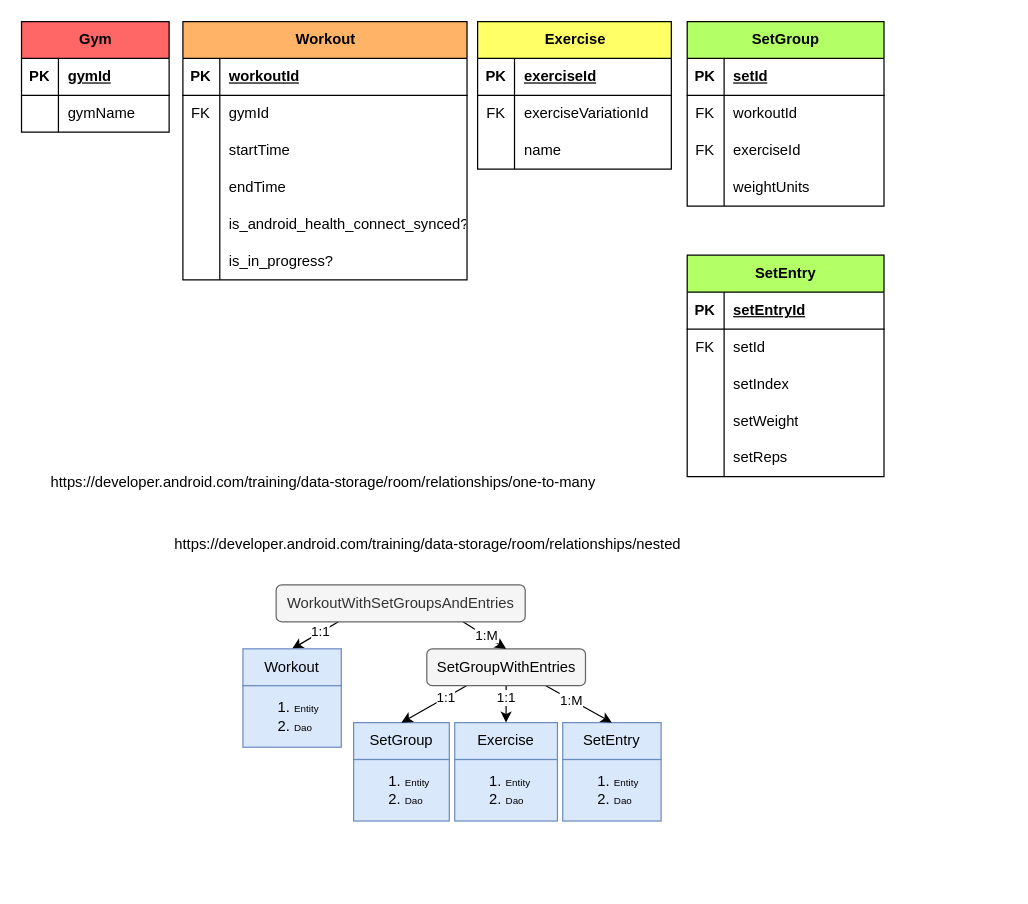
This is docs/data_structure.drawio from H-unter/Fitness-Application, a draw.io file, before an edit. Source tidied: cells renumbered, new cells numbered last; positions are measured from the earlier drawing's top-left corner, leaving out a move shared by most shapes. Both pictures are drawn from the tidied source at 123%, with x=0, y=0 at pixel (21, 21).
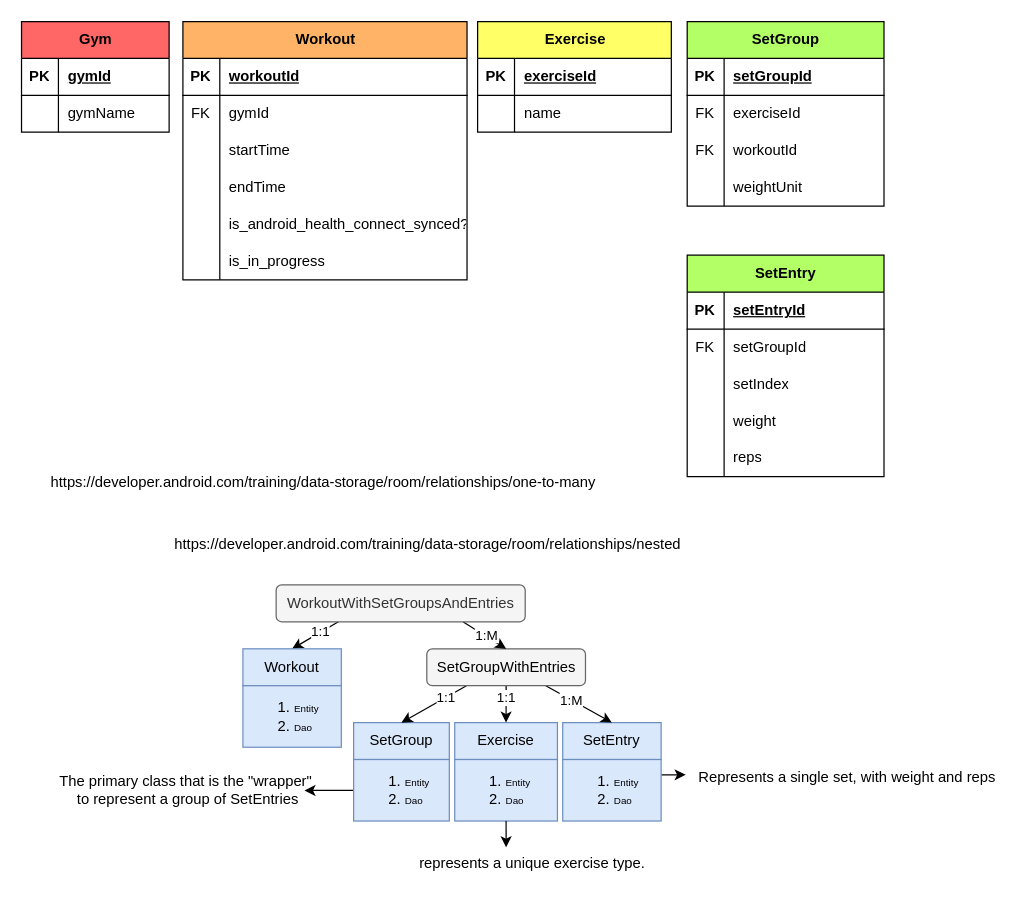
After the change.

Commit message (it also covers changes not shown here):
Improve UI plans in documentation

Unchanged cells that the change refers to:
```xml
<mxCell id="25" style="shape=tableRow;horizontal=0;startSize=0;swimlaneHead=0;swimlaneBody=0;fillColor=none;top=0;left=0;right=0;bottom=0;" parent="9" vertex="1">
  <mxGeometry y="180" width="231" height="30" as="geometry" />
</mxCell>
<mxCell id="32" style="shape=tableRow;horizontal=0;startSize=0;swimlaneHead=0;swimlaneBody=0;fillColor=none;top=0;left=0;right=0;bottom=0;" parent="28" vertex="1">
  <mxGeometry y="60" width="157.5" height="30" as="geometry" />
</mxCell>
<mxCell id="39" style="shape=tableRow;horizontal=0;startSize=0;swimlaneHead=0;swimlaneBody=0;fillColor=none;top=0;left=0;right=0;bottom=1;" parent="38" vertex="1">
  <mxGeometry y="30" width="160" height="30" as="geometry" />
</mxCell>
<mxCell id="42" style="shape=tableRow;horizontal=0;startSize=0;swimlaneHead=0;swimlaneBody=0;fillColor=none;top=0;left=0;right=0;bottom=0;" parent="38" vertex="1">
  <mxGeometry y="60" width="160" height="30" as="geometry" />
</mxCell>
<mxCell id="45" style="shape=tableRow;horizontal=0;startSize=0;swimlaneHead=0;swimlaneBody=0;fillColor=none;top=0;left=0;right=0;bottom=0;" parent="38" vertex="1">
  <mxGeometry y="90" width="160" height="30" as="geometry" />
</mxCell>
<mxCell id="48" style="shape=tableRow;horizontal=0;startSize=0;swimlaneHead=0;swimlaneBody=0;fillColor=none;top=0;left=0;right=0;bottom=0;" parent="38" vertex="1">
  <mxGeometry y="120" width="160" height="30" as="geometry" />
</mxCell>
<mxCell id="55" style="shape=tableRow;horizontal=0;startSize=0;swimlaneHead=0;swimlaneBody=0;fillColor=none;top=0;left=0;right=0;bottom=0;" parent="51" vertex="1">
  <mxGeometry y="60" width="160" height="30" as="geometry" />
</mxCell>
<mxCell id="61" style="shape=tableRow;horizontal=0;startSize=0;swimlaneHead=0;swimlaneBody=0;fillColor=none;top=0;left=0;right=0;bottom=0;" parent="51" vertex="1">
  <mxGeometry y="120" width="160" height="30" as="geometry" />
</mxCell>
<mxCell id="64" style="shape=tableRow;horizontal=0;startSize=0;swimlaneHead=0;swimlaneBody=0;fillColor=none;top=0;left=0;right=0;bottom=0;" parent="51" vertex="1">
  <mxGeometry y="150" width="160" height="30" as="geometry" />
</mxCell>
<mxCell id="86" value="&lt;ol&gt;&lt;li&gt;&lt;span style=&quot;background-color: transparent; font-size: 8px; text-wrap-mode: nowrap;&quot;&gt;Entity&lt;/span&gt;&lt;/li&gt;&lt;li&gt;&lt;span style=&quot;background-color: transparent; font-size: 8px; text-wrap-mode: nowrap;&quot;&gt;Dao&lt;/span&gt;&lt;/li&gt;&lt;/ol&gt;" style="whiteSpace=wrap;html=1;fillColor=#dae8fc;strokeColor=#6c8ebf;align=left;" parent="1" vertex="1">
  <mxGeometry x="270" y="600" width="77.8" height="50" as="geometry" />
</mxCell>
<mxCell id="87" value="&lt;ol&gt;&lt;li&gt;&lt;span style=&quot;background-color: transparent; font-size: 8px; text-wrap-mode: nowrap;&quot;&gt;Entity&lt;/span&gt;&lt;/li&gt;&lt;li&gt;&lt;span style=&quot;background-color: transparent; font-size: 8px; text-wrap-mode: nowrap;&quot;&gt;Dao&lt;/span&gt;&lt;/li&gt;&lt;/ol&gt;" style="whiteSpace=wrap;html=1;fillColor=#dae8fc;strokeColor=#6c8ebf;align=left;" parent="1" vertex="1">
  <mxGeometry x="352.2" y="600" width="83.5" height="50" as="geometry" />
</mxCell>
<mxCell id="88" value="&lt;ol&gt;&lt;li&gt;&lt;span style=&quot;background-color: transparent; font-size: 8px; text-wrap-mode: nowrap;&quot;&gt;Entity&lt;/span&gt;&lt;/li&gt;&lt;li&gt;&lt;span style=&quot;background-color: transparent; font-size: 8px; text-wrap-mode: nowrap;&quot;&gt;Dao&lt;/span&gt;&lt;/li&gt;&lt;/ol&gt;" style="whiteSpace=wrap;html=1;fillColor=#dae8fc;strokeColor=#6c8ebf;align=left;" parent="1" vertex="1">
  <mxGeometry x="440" y="600" width="80" height="50" as="geometry" />
</mxCell>
```

Change to the diagram source:
```diff
@@
-    <mxCell id="27" value="is_in_progress?" style="shape=partialRectangle;fillColor=none;top=0;left=0;bottom=0;right=0;align=left;spacingLeft=6;overflow=hidden;whiteSpace=wrap;html=1;" parent="25" vertex="1">
+    <mxCell id="27" value="is_in_progress" style="shape=partialRectangle;fillColor=none;top=0;left=0;bottom=0;right=0;align=left;spacingLeft=6;overflow=hidden;whiteSpace=wrap;html=1;" parent="25" vertex="1">
       <mxGeometry x="30" width="201" height="30" as="geometry" />
     </mxCell>
     <mxCell id="28" value="Exercise" style="shape=table;startSize=30;childLayout=tableLayout;rowLines=0;fontStyle=1;align=center;html=1;fillColor=#FFFF66;" parent="1" vertex="1">
-      <mxGeometry x="370.8" width="157.5" height="120" as="geometry" />
+      <mxGeometry x="370.8" width="157.5" height="90" as="geometry" />
     </mxCell>
@@
-    <mxCell id="33" value="FK" style="shape=partialRectangle;fillColor=none;top=0;left=0;bottom=0;right=0;overflow=hidden;whiteSpace=wrap;html=1;" parent="32" vertex="1">
+    <mxCell id="33" style="shape=partialRectangle;fillColor=none;top=0;left=0;bottom=0;right=0;overflow=hidden;whiteSpace=wrap;html=1;" parent="32" vertex="1">
       <mxGeometry width="30" height="30" as="geometry" />
     </mxCell>
-    <mxCell id="34" value="exerciseVariationId" style="shape=partialRectangle;fillColor=none;top=0;left=0;bottom=0;right=0;align=left;spacingLeft=6;overflow=hidden;whiteSpace=wrap;html=1;" parent="32" vertex="1">
+    <mxCell id="34" value="name" style="shape=partialRectangle;fillColor=none;top=0;left=0;bottom=0;right=0;align=left;spacingLeft=6;overflow=hidden;whiteSpace=wrap;html=1;" parent="32" vertex="1">
       <mxGeometry x="30" width="127.5" height="30" as="geometry" />
     </mxCell>
-    <mxCell id="35" style="shape=tableRow;horizontal=0;startSize=0;swimlaneHead=0;swimlaneBody=0;fillColor=none;top=0;left=0;right=0;bottom=0;" parent="28" vertex="1">
-      <mxGeometry y="90" width="157.5" height="30" as="geometry" />
-    </mxCell>
-    <mxCell id="36" style="shape=partialRectangle;fillColor=none;top=0;left=0;bottom=0;right=0;overflow=hidden;whiteSpace=wrap;html=1;" parent="35" vertex="1">
-      <mxGeometry width="30" height="30" as="geometry" />
-    </mxCell>
-    <mxCell id="37" value="name" style="shape=partialRectangle;fillColor=none;top=0;left=0;bottom=0;right=0;align=left;spacingLeft=6;overflow=hidden;whiteSpace=wrap;html=1;" parent="35" vertex="1">
-      <mxGeometry x="30" width="127.5" height="30" as="geometry" />
-    </mxCell>
@@
-    <mxCell id="41" value="setId" style="shape=partialRectangle;fillColor=none;top=0;left=0;bottom=0;right=0;align=left;spacingLeft=6;fontStyle=5;overflow=hidden;whiteSpace=wrap;html=1;" parent="39" vertex="1">
+    <mxCell id="41" value="setGroupId" style="shape=partialRectangle;fillColor=none;top=0;left=0;bottom=0;right=0;align=left;spacingLeft=6;fontStyle=5;overflow=hidden;whiteSpace=wrap;html=1;" parent="39" vertex="1">
       <mxGeometry x="30" width="130" height="30" as="geometry" />
     </mxCell>
@@
-    <mxCell id="44" value="workoutId" style="shape=partialRectangle;fillColor=none;top=0;left=0;bottom=0;right=0;align=left;spacingLeft=6;overflow=hidden;whiteSpace=wrap;html=1;" parent="42" vertex="1">
+    <mxCell id="44" value="exerciseId" style="shape=partialRectangle;fillColor=none;top=0;left=0;bottom=0;right=0;align=left;spacingLeft=6;overflow=hidden;whiteSpace=wrap;html=1;" parent="42" vertex="1">
       <mxGeometry x="30" width="130" height="30" as="geometry" />
     </mxCell>
@@
-    <mxCell id="47" value="exerciseId" style="shape=partialRectangle;fillColor=none;top=0;left=0;bottom=0;right=0;align=left;spacingLeft=6;overflow=hidden;whiteSpace=wrap;html=1;" parent="45" vertex="1">
+    <mxCell id="47" value="workoutId" style="shape=partialRectangle;fillColor=none;top=0;left=0;bottom=0;right=0;align=left;spacingLeft=6;overflow=hidden;whiteSpace=wrap;html=1;" parent="45" vertex="1">
       <mxGeometry x="30" width="130" height="30" as="geometry" />
     </mxCell>
@@
-    <mxCell id="50" value="weightUnits" style="shape=partialRectangle;fillColor=none;top=0;left=0;bottom=0;right=0;align=left;spacingLeft=6;overflow=hidden;whiteSpace=wrap;html=1;" parent="48" vertex="1">
+    <mxCell id="50" value="weightUnit" style="shape=partialRectangle;fillColor=none;top=0;left=0;bottom=0;right=0;align=left;spacingLeft=6;overflow=hidden;whiteSpace=wrap;html=1;" parent="48" vertex="1">
       <mxGeometry x="30" width="130" height="30" as="geometry" />
     </mxCell>
@@
-    <mxCell id="57" value="setId" style="shape=partialRectangle;fillColor=none;top=0;left=0;bottom=0;right=0;align=left;spacingLeft=6;overflow=hidden;whiteSpace=wrap;html=1;" parent="55" vertex="1">
+    <mxCell id="57" value="setGroupId" style="shape=partialRectangle;fillColor=none;top=0;left=0;bottom=0;right=0;align=left;spacingLeft=6;overflow=hidden;whiteSpace=wrap;html=1;" parent="55" vertex="1">
       <mxGeometry x="30" width="130" height="30" as="geometry" />
     </mxCell>
@@
-    <mxCell id="63" value="setWeight" style="shape=partialRectangle;fillColor=none;top=0;left=0;bottom=0;right=0;align=left;spacingLeft=6;overflow=hidden;whiteSpace=wrap;html=1;" parent="61" vertex="1">
+    <mxCell id="63" value="weight" style="shape=partialRectangle;fillColor=none;top=0;left=0;bottom=0;right=0;align=left;spacingLeft=6;overflow=hidden;whiteSpace=wrap;html=1;" parent="61" vertex="1">
       <mxGeometry x="30" width="130" height="30" as="geometry" />
     </mxCell>
@@
-    <mxCell id="66" value="setReps" style="shape=partialRectangle;fillColor=none;top=0;left=0;bottom=0;right=0;align=left;spacingLeft=6;overflow=hidden;whiteSpace=wrap;html=1;" parent="64" vertex="1">
+    <mxCell id="66" value="reps" style="shape=partialRectangle;fillColor=none;top=0;left=0;bottom=0;right=0;align=left;spacingLeft=6;overflow=hidden;whiteSpace=wrap;html=1;" parent="64" vertex="1">
       <mxGeometry x="30" width="130" height="30" as="geometry" />
     </mxCell>
@@
+    <mxCell id="90" style="edgeStyle=none;html=1;exitX=0;exitY=0.5;exitDx=0;exitDy=0;" parent="1" edge="1" source="86">
+      <mxGeometry relative="1" as="geometry">
+        <mxPoint x="230" y="625.2" as="targetPoint" />
+      </mxGeometry>
+    </mxCell>
@@
+    <mxCell id="91" style="edgeStyle=none;html=1;exitX=1;exitY=0.25;exitDx=0;exitDy=0;" parent="1" edge="1" source="88">
+      <mxGeometry relative="1" as="geometry">
+        <mxPoint x="540" y="612.4" as="targetPoint" />
+      </mxGeometry>
+    </mxCell>
@@
+    <mxCell id="92" value="represents a unique exercise type." style="text;html=1;align=center;verticalAlign=middle;points=[];strokeColor=none;fillColor=none;" parent="1" vertex="1">
+      <mxGeometry x="310" y="670" width="210" height="30" as="geometry" />
+    </mxCell>
+    <mxCell id="93" style="edgeStyle=none;html=1;exitX=0.5;exitY=1;exitDx=0;exitDy=0;entryX=0.4;entryY=0.046;entryDx=0;entryDy=0;entryPerimeter=0;" parent="1" edge="1" source="87" target="92">
+      <mxGeometry relative="1" as="geometry" />
+    </mxCell>
+    <mxCell id="94" value="Represents a single set, with weight and reps" style="text;html=1;align=center;verticalAlign=middle;strokeColor=none;fillColor=none;" parent="1" vertex="1">
+      <mxGeometry x="541.2" y="600" width="260" height="30" as="geometry" />
+    </mxCell>
+    <mxCell id="95" value="The primary class that is the &quot;wrapper&quot;&amp;nbsp;&lt;br&gt;to represent a group of SetEntries" style="text;html=1;align=center;verticalAlign=middle;strokeColor=none;fillColor=none;" parent="1" vertex="1">
+      <mxGeometry x="20" y="605" width="230" height="40" as="geometry" />
+    </mxCell>
```
